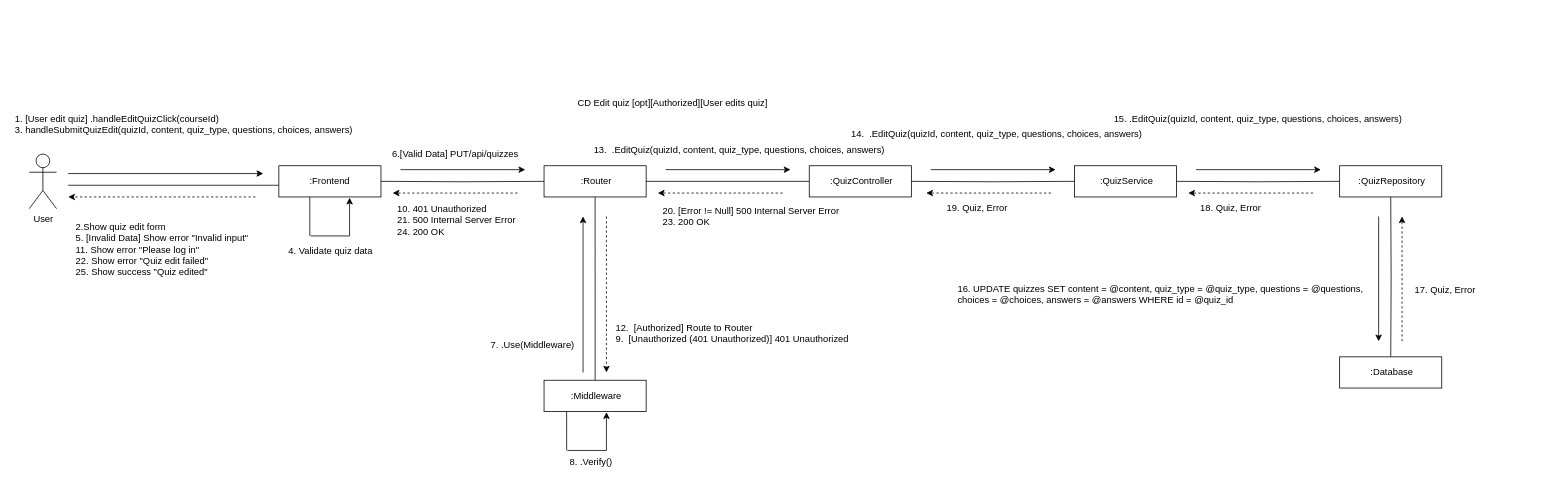
Above: page "CD-Edit- quiz-[opt][Authorized][User edits quiz]" (6 of 6) of CD-Edit-Quiz/CD-Edit-Quiz.drawio in CS371-Project-Management/CS371-Collaboration-Diagram (draw.io), before the change. Source tidied: cells renumbered, new cells numbered last; positions are measured from the earlier drawing's top-left corner, leaving out a move shared by most shapes. Both pictures are drawn from the tidied source at 78%, with x=0, y=0 at pixel (13, 91).
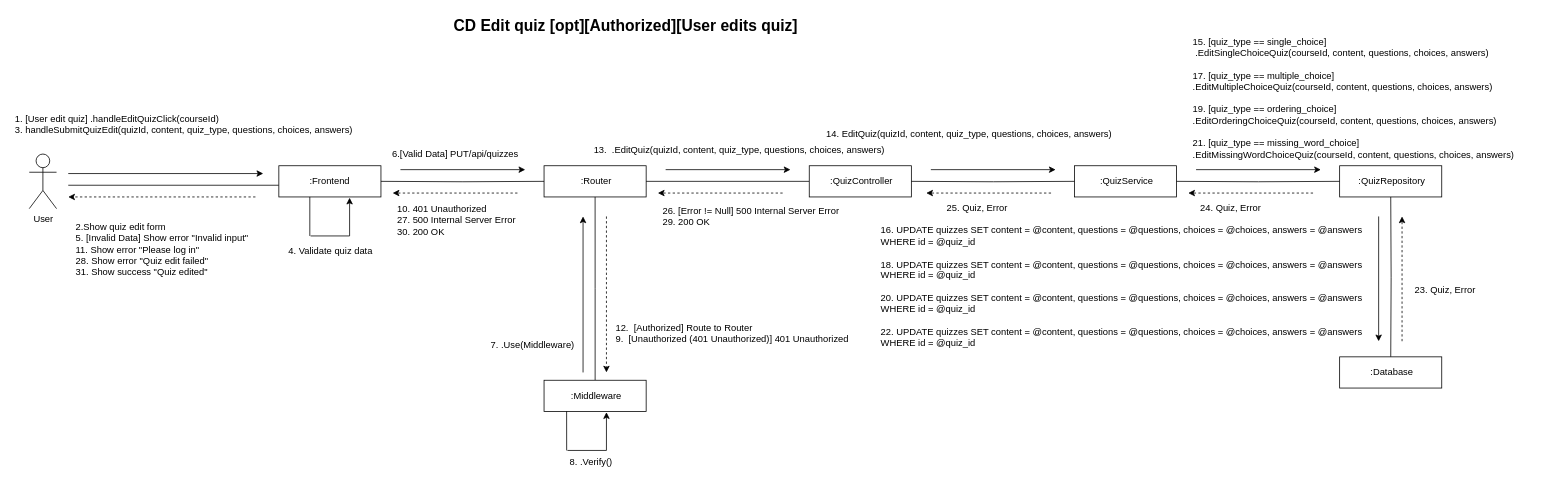
Above is the later version.

The edit, as a diff of the source:
```diff
@@
-    <mxCell id="39" value="&lt;div align=&quot;left&quot;&gt;10. 401 Unauthorized&lt;/div&gt;&lt;div align=&quot;left&quot;&gt;21. 500 Internal Server Error&lt;/div&gt;&lt;div align=&quot;left&quot;&gt;24. 200 OK&lt;br&gt;&lt;/div&gt;" style="text;html=1;align=left;verticalAlign=middle;strokeColor=none;fillColor=none;" parent="1" vertex="1">
+    <mxCell id="39" value="&lt;div align=&quot;left&quot;&gt;10. 401 Unauthorized&lt;/div&gt;&lt;div align=&quot;left&quot;&gt;27. 500 Internal Server Error&lt;/div&gt;&lt;div align=&quot;left&quot;&gt;30. 200 OK&lt;br&gt;&lt;/div&gt;" style="text;html=1;align=left;verticalAlign=middle;strokeColor=none;fillColor=none;" parent="1" vertex="1">
       <mxGeometry x="490" y="135" width="190" height="60" as="geometry" />
     </mxCell>
-    <mxCell id="40" value="&lt;div align=&quot;left&quot;&gt;&lt;br&gt;&lt;/div&gt;&lt;div align=&quot;left&quot;&gt;2.Show quiz edit form&lt;/div&gt;&lt;div align=&quot;left&quot;&gt;5. [Invalid Data] Show error &quot;Invalid input&quot;&lt;br&gt;&lt;/div&gt;&lt;div align=&quot;left&quot;&gt;11. Show error &quot;Please log in&quot;&lt;/div&gt;&lt;div align=&quot;left&quot;&gt;22. Show error &quot;Quiz edit failed&quot;&lt;/div&gt;&lt;div align=&quot;left&quot;&gt;25. Show success &quot;Quiz edited&quot;&lt;br&gt;&lt;/div&gt;" style="text;html=1;align=center;verticalAlign=middle;strokeColor=none;fillColor=none;" parent="1" vertex="1">
+    <mxCell id="40" value="&lt;div align=&quot;left&quot;&gt;&lt;br&gt;&lt;/div&gt;&lt;div align=&quot;left&quot;&gt;2.Show quiz edit form&lt;/div&gt;&lt;div align=&quot;left&quot;&gt;5. [Invalid Data] Show error &quot;Invalid input&quot;&lt;br&gt;&lt;/div&gt;&lt;div align=&quot;left&quot;&gt;11. Show error &quot;Please log in&quot;&lt;/div&gt;&lt;div align=&quot;left&quot;&gt;28. Show error &quot;Quiz edit failed&quot;&lt;/div&gt;&lt;div align=&quot;left&quot;&gt;31. Show success &quot;Quiz edited&quot;&lt;br&gt;&lt;/div&gt;" style="text;html=1;align=center;verticalAlign=middle;strokeColor=none;fillColor=none;" parent="1" vertex="1">
       <mxGeometry x="55" y="145" width="270" height="100" as="geometry" />
     </mxCell>
@@
-    <mxCell id="43" value="&lt;div&gt;14.&amp;nbsp; .EditQuiz(quizId, content, quiz_type, questions, choices, answers)&lt;/div&gt;" style="text;html=1;align=center;verticalAlign=middle;strokeColor=none;fillColor=none;" parent="1" vertex="1">
-      <mxGeometry x="1050" y="40" width="420" height="30" as="geometry" />
+    <mxCell id="43" value="&lt;div align=&quot;left&quot;&gt;15. [quiz_type == single_choice]&lt;/div&gt;&lt;div align=&quot;left&quot;&gt;&amp;nbsp;.EditSingleChoiceQuiz(courseId, content, questions, choices, answers)&lt;/div&gt;&lt;div align=&quot;left&quot;&gt;&lt;br&gt;&lt;/div&gt;&lt;div align=&quot;left&quot;&gt;17. [quiz_type == multiple_choice]&lt;/div&gt;&lt;div align=&quot;left&quot;&gt;.EditMultipleChoiceQuiz(courseId, content, questions, choices, answers)&lt;/div&gt;&lt;div align=&quot;left&quot;&gt;&lt;br&gt;&lt;/div&gt;&lt;div align=&quot;left&quot;&gt;19. [quiz_type == ordering_choice] &lt;br&gt;&lt;/div&gt;&lt;div align=&quot;left&quot;&gt;.EditOrderingChoiceQuiz(courseId, content, questions, choices, answers)&lt;/div&gt;&lt;div align=&quot;left&quot;&gt;&lt;br&gt;&lt;/div&gt;&lt;div align=&quot;left&quot;&gt;21. [quiz_type == missing_word_choice]&lt;/div&gt;&lt;div align=&quot;left&quot;&gt;.EditMissingWordChoiceQuiz(courseId, content, questions, choices, answers)&lt;br&gt;&lt;/div&gt;&lt;div align=&quot;left&quot;&gt;&lt;br&gt;&lt;/div&gt;&lt;div align=&quot;left&quot;&gt;&lt;br&gt;&lt;/div&gt;&lt;div align=&quot;left&quot;&gt;&lt;br&gt;&lt;/div&gt;" style="text;html=1;align=left;verticalAlign=middle;strokeColor=none;fillColor=none;" parent="1" vertex="1">
+      <mxGeometry x="1510" y="-80" width="460" height="220" as="geometry" />
     </mxCell>
-    <mxCell id="44" value="15. .EditQuiz(quizId, content, quiz_type, questions, choices, answers)" style="text;html=1;align=center;verticalAlign=middle;strokeColor=none;fillColor=none;" parent="1" vertex="1">
-      <mxGeometry x="1390" y="20" width="410" height="30" as="geometry" />
+    <mxCell id="44" value="14. EditQuiz(quizId, content, quiz_type, questions, choices, answers)" style="text;html=1;align=left;verticalAlign=middle;strokeColor=none;fillColor=none;" parent="1" vertex="1">
+      <mxGeometry x="1040" y="40" width="410" height="30" as="geometry" />
     </mxCell>
-    <mxCell id="45" value="&lt;div&gt;16. UPDATE quizzes SET content = @content, quiz_type = @quiz_type, questions = @questions,&lt;/div&gt;&lt;div align=&quot;left&quot;&gt;choices = @choices, answers = @answers WHERE id = @quiz_id&lt;br&gt;&lt;/div&gt;" style="text;html=1;align=center;verticalAlign=middle;strokeColor=none;fillColor=none;" parent="1" vertex="1">
-      <mxGeometry x="1190" y="240" width="560" height="40" as="geometry" />
+    <mxCell id="45" value="&lt;div align=&quot;left&quot;&gt;16. UPDATE quizzes SET content = @content, questions = @questions, choices = @choices, answers = @answers&amp;nbsp;&lt;/div&gt;&lt;div align=&quot;left&quot;&gt;WHERE id = @quiz_id&lt;/div&gt;&lt;div align=&quot;left&quot;&gt;&lt;br&gt;&lt;/div&gt;&lt;div align=&quot;left&quot;&gt;18. UPDATE quizzes SET content = @content, questions = @questions, choices = @choices, answers = @answers&amp;nbsp;&lt;/div&gt;&lt;div align=&quot;left&quot;&gt;WHERE id = @quiz_id&lt;/div&gt;&lt;div align=&quot;left&quot;&gt;&lt;br&gt;&lt;/div&gt;&lt;div align=&quot;left&quot;&gt;20. UPDATE quizzes SET content = @content, questions = @questions, choices = @choices, answers = @answers&amp;nbsp;&lt;/div&gt;&lt;div align=&quot;left&quot;&gt;WHERE id = @quiz_id&lt;/div&gt;&lt;div align=&quot;left&quot;&gt;&lt;br&gt;&lt;/div&gt;&lt;div align=&quot;left&quot;&gt;22. UPDATE quizzes SET content = @content, questions = @questions, choices = @choices, answers = @answers&amp;nbsp;&lt;/div&gt;&lt;div align=&quot;left&quot;&gt;WHERE id = @quiz_id&lt;br&gt;&lt;/div&gt;" style="text;html=1;align=left;verticalAlign=middle;strokeColor=none;fillColor=none;" parent="1" vertex="1">
+      <mxGeometry x="1110" y="165" width="660" height="170" as="geometry" />
     </mxCell>
-    <mxCell id="46" value="17. Quiz, Error" style="text;html=1;align=center;verticalAlign=middle;strokeColor=none;fillColor=none;" parent="1" vertex="1">
+    <mxCell id="46" value="23. Quiz, Error" style="text;html=1;align=center;verticalAlign=middle;strokeColor=none;fillColor=none;" parent="1" vertex="1">
       <mxGeometry x="1780" y="240" width="110" height="30" as="geometry" />
     </mxCell>
-    <mxCell id="47" value="18. Quiz, Error" style="text;html=1;align=center;verticalAlign=middle;strokeColor=none;fillColor=none;" parent="1" vertex="1">
+    <mxCell id="47" value="24. Quiz, Error" style="text;html=1;align=center;verticalAlign=middle;strokeColor=none;fillColor=none;" parent="1" vertex="1">
       <mxGeometry x="1505" y="135" width="110" height="30" as="geometry" />
     </mxCell>
-    <mxCell id="48" value="19. Quiz, Error" style="text;html=1;align=center;verticalAlign=middle;strokeColor=none;fillColor=none;" parent="1" vertex="1">
+    <mxCell id="48" value="25. Quiz, Error" style="text;html=1;align=center;verticalAlign=middle;strokeColor=none;fillColor=none;" parent="1" vertex="1">
       <mxGeometry x="1180" y="135" width="110" height="30" as="geometry" />
     </mxCell>
-    <mxCell id="49" value="&lt;div&gt;20. [Error != Null] 500 Internal Server Error&lt;/div&gt;&lt;div align=&quot;left&quot;&gt;23. 200 OK&lt;br&gt;&lt;/div&gt;" style="text;html=1;align=center;verticalAlign=middle;strokeColor=none;fillColor=none;" parent="1" vertex="1">
+    <mxCell id="49" value="&lt;div&gt;26. [Error != Null] 500 Internal Server Error&lt;/div&gt;&lt;div align=&quot;left&quot;&gt;29. 200 OK&lt;br&gt;&lt;/div&gt;" style="text;html=1;align=center;verticalAlign=middle;strokeColor=none;fillColor=none;" parent="1" vertex="1">
       <mxGeometry x="810" y="140" width="270" height="40" as="geometry" />
     </mxCell>
-    <mxCell id="50" value="&lt;div&gt;CD Edit quiz [opt][Authorized][User edits quiz]&lt;/div&gt;" style="text;html=1;align=center;verticalAlign=middle;whiteSpace=wrap;rounded=0;" parent="1" vertex="1">
-      <mxGeometry x="620" width="450" height="30" as="geometry" />
+    <mxCell id="50" value="&lt;div&gt;CD Edit quiz [opt][Authorized][User edits quiz]&lt;/div&gt;" style="text;html=1;align=center;verticalAlign=middle;whiteSpace=wrap;rounded=0;fontSize=20;fontStyle=1;" parent="1" vertex="1">
+      <mxGeometry x="500" y="-100" width="570" height="30" as="geometry" />
     </mxCell>
```
